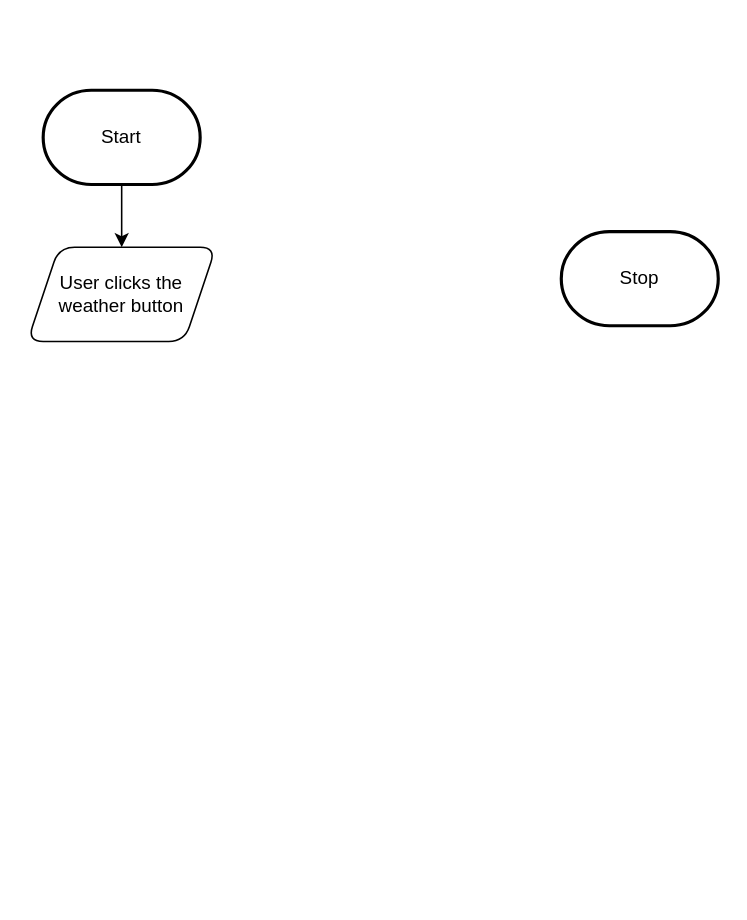
Earlier version of the draw.io diagram design/flowchart.drawio (MTHS-ICD2O-1-2023/ICD2O-Unit-6-03-pablo-fiallos-granados). Source tidied: cells renumbered, new cells numbered last; positions are measured from the earlier drawing's top-left corner, leaving out a move shared by most shapes. Both pictures are drawn from the tidied source at 157%, with x=0, y=0 at pixel (27, 89).
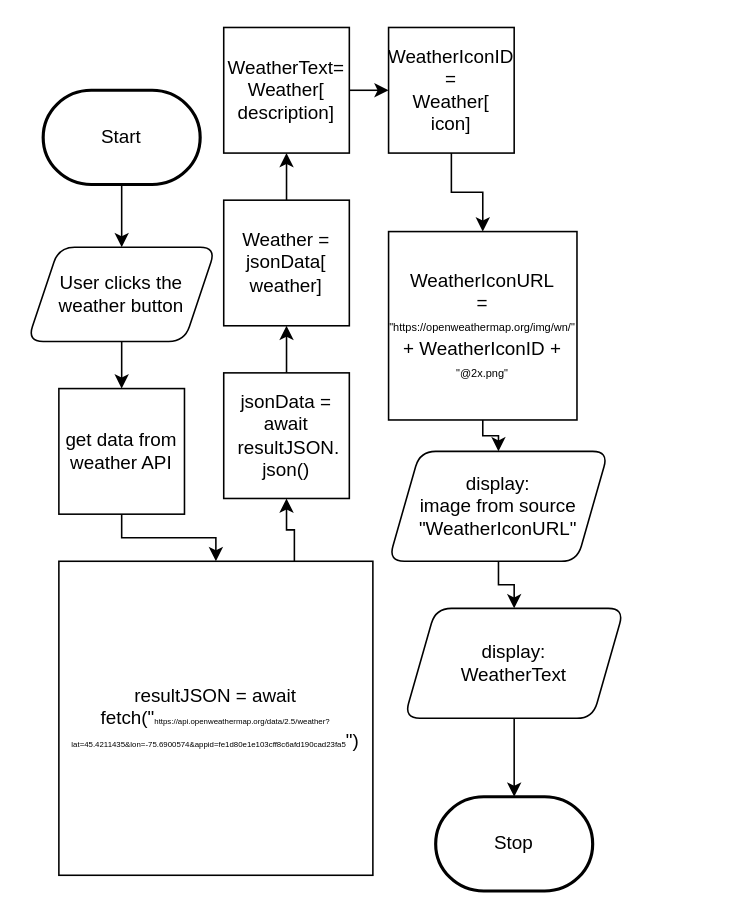
Above is the later version.

Unchanged cells that the change refers to:
```xml
<mxCell id="5" value="User clicks the&lt;br&gt;weather button" style="shape=parallelogram;perimeter=parallelogramPerimeter;whiteSpace=wrap;html=1;fixedSize=1;rounded=1;" parent="1" vertex="1">
  <mxGeometry y="100" width="120" height="60" as="geometry" />
</mxCell>
```

Change to the diagram source:
```diff
@@
     <mxCell id="4" value="Stop" style="strokeWidth=2;html=1;shape=mxgraph.flowchart.terminator;whiteSpace=wrap;" parent="1" vertex="1">
-      <mxGeometry x="340" y="90" width="100" height="60" as="geometry" />
+      <mxGeometry x="260" y="450" width="100" height="60" as="geometry" />
     </mxCell>
+    <mxCell id="6" style="edgeStyle=none;html=1;exitX=0.5;exitY=1;exitDx=0;exitDy=0;entryX=0.5;entryY=0;entryDx=0;entryDy=0;" parent="1" edge="1" source="5" target="9">
+      <mxGeometry relative="1" as="geometry" />
+    </mxCell>
@@
+    <mxCell id="7" style="edgeStyle=orthogonalEdgeStyle;html=1;exitX=0.5;exitY=1;exitDx=0;exitDy=0;entryX=0.5;entryY=0;entryDx=0;entryDy=0;rounded=0;strokeColor=none;" parent="1" edge="1" source="9" target="11">
+      <mxGeometry relative="1" as="geometry" />
+    </mxCell>
+    <mxCell id="8" style="edgeStyle=orthogonalEdgeStyle;rounded=0;html=1;exitX=0.5;exitY=1;exitDx=0;exitDy=0;" parent="1" edge="1" source="9" target="11">
+      <mxGeometry relative="1" as="geometry" />
+    </mxCell>
+    <mxCell id="9" value="get data from&lt;br&gt;weather API" style="whiteSpace=wrap;html=1;" parent="1" vertex="1">
+      <mxGeometry x="20" y="190" width="80" height="80" as="geometry" />
+    </mxCell>
+    <mxCell id="10" style="edgeStyle=orthogonalEdgeStyle;rounded=0;html=1;exitX=0.75;exitY=0;exitDx=0;exitDy=0;entryX=0.5;entryY=1;entryDx=0;entryDy=0;fontSize=5;" parent="1" edge="1" source="11" target="13">
+      <mxGeometry relative="1" as="geometry" />
+    </mxCell>
+    <mxCell id="11" value="resultJSON = await fetch(&quot;&lt;font style=&quot;font-size: 5px;&quot;&gt;https://api.openweathermap.org/data/2.5/weather?lat=45.4211435&amp;amp;lon=-75.6900574&amp;amp;appid=fe1d80e1e103cff8c6afd190cad23fa5&lt;/font&gt;&quot;)" style="whiteSpace=wrap;html=1;" parent="1" vertex="1">
+      <mxGeometry x="20" y="300" width="200" height="200" as="geometry" />
+    </mxCell>
+    <mxCell id="12" style="edgeStyle=orthogonalEdgeStyle;rounded=0;html=1;exitX=0.5;exitY=0;exitDx=0;exitDy=0;entryX=0.5;entryY=1;entryDx=0;entryDy=0;fontSize=12;" parent="1" edge="1" source="13" target="15">
+      <mxGeometry relative="1" as="geometry" />
+    </mxCell>
+    <mxCell id="13" value="&lt;font style=&quot;font-size: 12px;&quot;&gt;jsonData = await&lt;br&gt;&amp;nbsp;resultJSON.&lt;br&gt;json()&lt;/font&gt;" style="whiteSpace=wrap;html=1;fontSize=5;" parent="1" vertex="1">
+      <mxGeometry x="125" y="180" width="80" height="80" as="geometry" />
+    </mxCell>
+    <mxCell id="14" style="edgeStyle=orthogonalEdgeStyle;rounded=0;html=1;exitX=0.5;exitY=0;exitDx=0;exitDy=0;entryX=0.5;entryY=1;entryDx=0;entryDy=0;fontSize=12;" parent="1" edge="1" source="15" target="17">
+      <mxGeometry relative="1" as="geometry" />
+    </mxCell>
+    <mxCell id="15" value="Weather =&lt;br&gt;jsonData[&lt;br&gt;weather]" style="whiteSpace=wrap;html=1;fontSize=12;" parent="1" vertex="1">
+      <mxGeometry x="125" y="70" width="80" height="80" as="geometry" />
+    </mxCell>
+    <mxCell id="16" style="edgeStyle=orthogonalEdgeStyle;rounded=0;html=1;exitX=1;exitY=0.5;exitDx=0;exitDy=0;entryX=0;entryY=0.5;entryDx=0;entryDy=0;fontSize=12;" parent="1" edge="1" source="17" target="19">
+      <mxGeometry relative="1" as="geometry" />
+    </mxCell>
+    <mxCell id="17" value="WeatherText=&lt;br&gt;Weather[&lt;br&gt;description]" style="whiteSpace=wrap;html=1;fontSize=12;" parent="1" vertex="1">
+      <mxGeometry x="125" y="-40" width="80" height="80" as="geometry" />
+    </mxCell>
+    <mxCell id="18" style="edgeStyle=orthogonalEdgeStyle;rounded=0;html=1;exitX=0.5;exitY=1;exitDx=0;exitDy=0;fontSize=12;entryX=0.5;entryY=0;entryDx=0;entryDy=0;" parent="1" edge="1" source="19" target="21">
+      <mxGeometry relative="1" as="geometry" />
+    </mxCell>
+    <mxCell id="19" value="WeatherIconID&lt;br&gt;=&lt;br&gt;Weather[&lt;br&gt;icon]" style="whiteSpace=wrap;html=1;fontSize=12;" parent="1" vertex="1">
+      <mxGeometry x="230" y="-40" width="80" height="80" as="geometry" />
+    </mxCell>
+    <mxCell id="20" style="edgeStyle=orthogonalEdgeStyle;rounded=0;html=1;exitX=0.5;exitY=1;exitDx=0;exitDy=0;entryX=0.5;entryY=0;entryDx=0;entryDy=0;fontSize=7;" parent="1" edge="1" source="21" target="23">
+      <mxGeometry relative="1" as="geometry" />
+    </mxCell>
+    <mxCell id="21" value="WeatherIconURL&lt;br&gt;=&lt;br&gt;&lt;font style=&quot;font-size: 7px;&quot;&gt;&quot;https://openweathermap.org/img/wn/&quot;&lt;br&gt;&lt;/font&gt;+ WeatherIconID +&lt;br&gt;&lt;font style=&quot;font-size: 7px;&quot;&gt;&quot;@2x.png&quot;&lt;/font&gt;" style="whiteSpace=wrap;html=1;fontSize=12;" parent="1" vertex="1">
+      <mxGeometry x="230" y="90" width="120" height="120" as="geometry" />
+    </mxCell>
+    <mxCell id="22" style="edgeStyle=orthogonalEdgeStyle;rounded=0;html=1;exitX=0.5;exitY=1;exitDx=0;exitDy=0;entryX=0.5;entryY=0;entryDx=0;entryDy=0;fontSize=12;" parent="1" edge="1" source="23" target="25">
+      <mxGeometry relative="1" as="geometry" />
+    </mxCell>
+    <mxCell id="23" value="&lt;span style=&quot;font-size: 12px;&quot;&gt;display:&lt;br&gt;image from source&lt;br&gt;&quot;&lt;/span&gt;&lt;span style=&quot;font-size: 12px;&quot;&gt;WeatherIconURL&quot;&lt;/span&gt;&lt;span style=&quot;font-size: 12px;&quot;&gt;&lt;br&gt;&lt;/span&gt;" style="shape=parallelogram;perimeter=parallelogramPerimeter;whiteSpace=wrap;html=1;fixedSize=1;fontSize=7;rounded=1;" parent="1" vertex="1">
+      <mxGeometry x="230" y="230" width="140" height="70" as="geometry" />
+    </mxCell>
+    <mxCell id="24" style="edgeStyle=orthogonalEdgeStyle;rounded=0;html=1;exitX=0.5;exitY=1;exitDx=0;exitDy=0;entryX=0.5;entryY=0;entryDx=0;entryDy=0;entryPerimeter=0;fontSize=12;" parent="1" edge="1" source="25" target="4">
+      <mxGeometry relative="1" as="geometry" />
+    </mxCell>
+    <mxCell id="25" value="&lt;span style=&quot;font-size: 12px;&quot;&gt;display:&lt;br&gt;&lt;/span&gt;&lt;span style=&quot;font-size: 12px;&quot;&gt;WeatherText&lt;br&gt;&lt;/span&gt;" style="shape=parallelogram;perimeter=parallelogramPerimeter;whiteSpace=wrap;html=1;fixedSize=1;fontSize=7;rounded=1;" parent="1" vertex="1">
+      <mxGeometry x="240" y="330" width="140" height="70" as="geometry" />
+    </mxCell>
```
